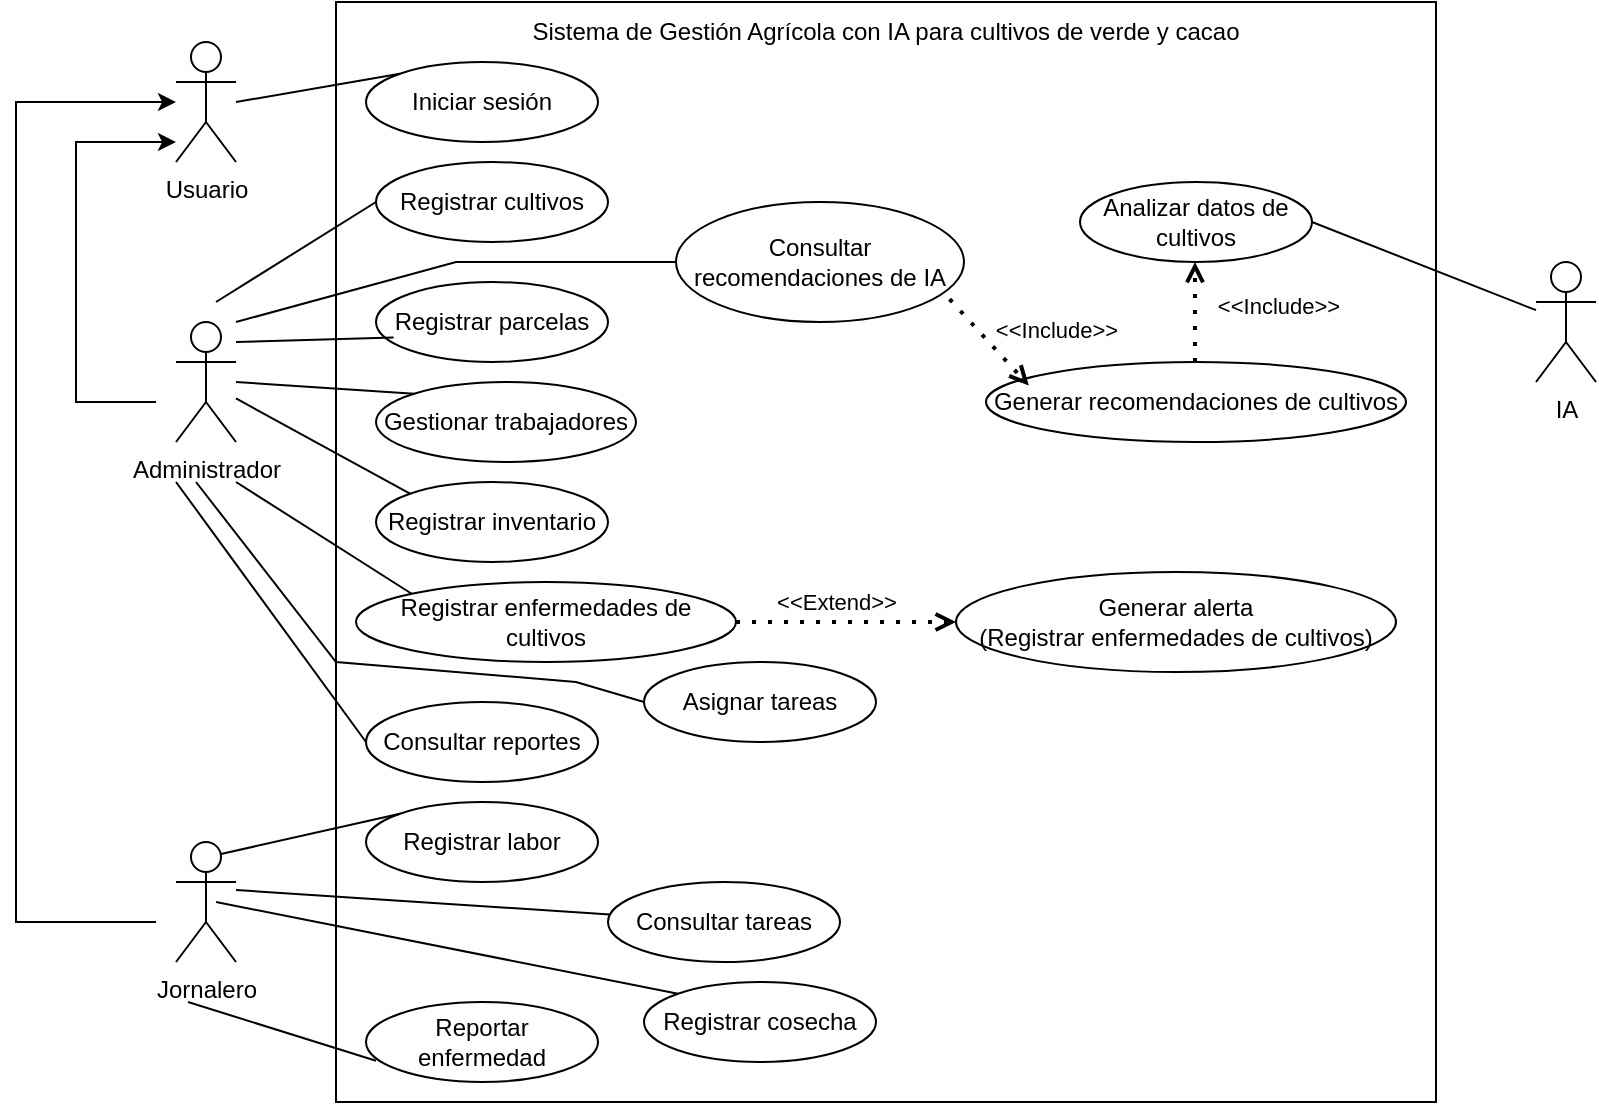
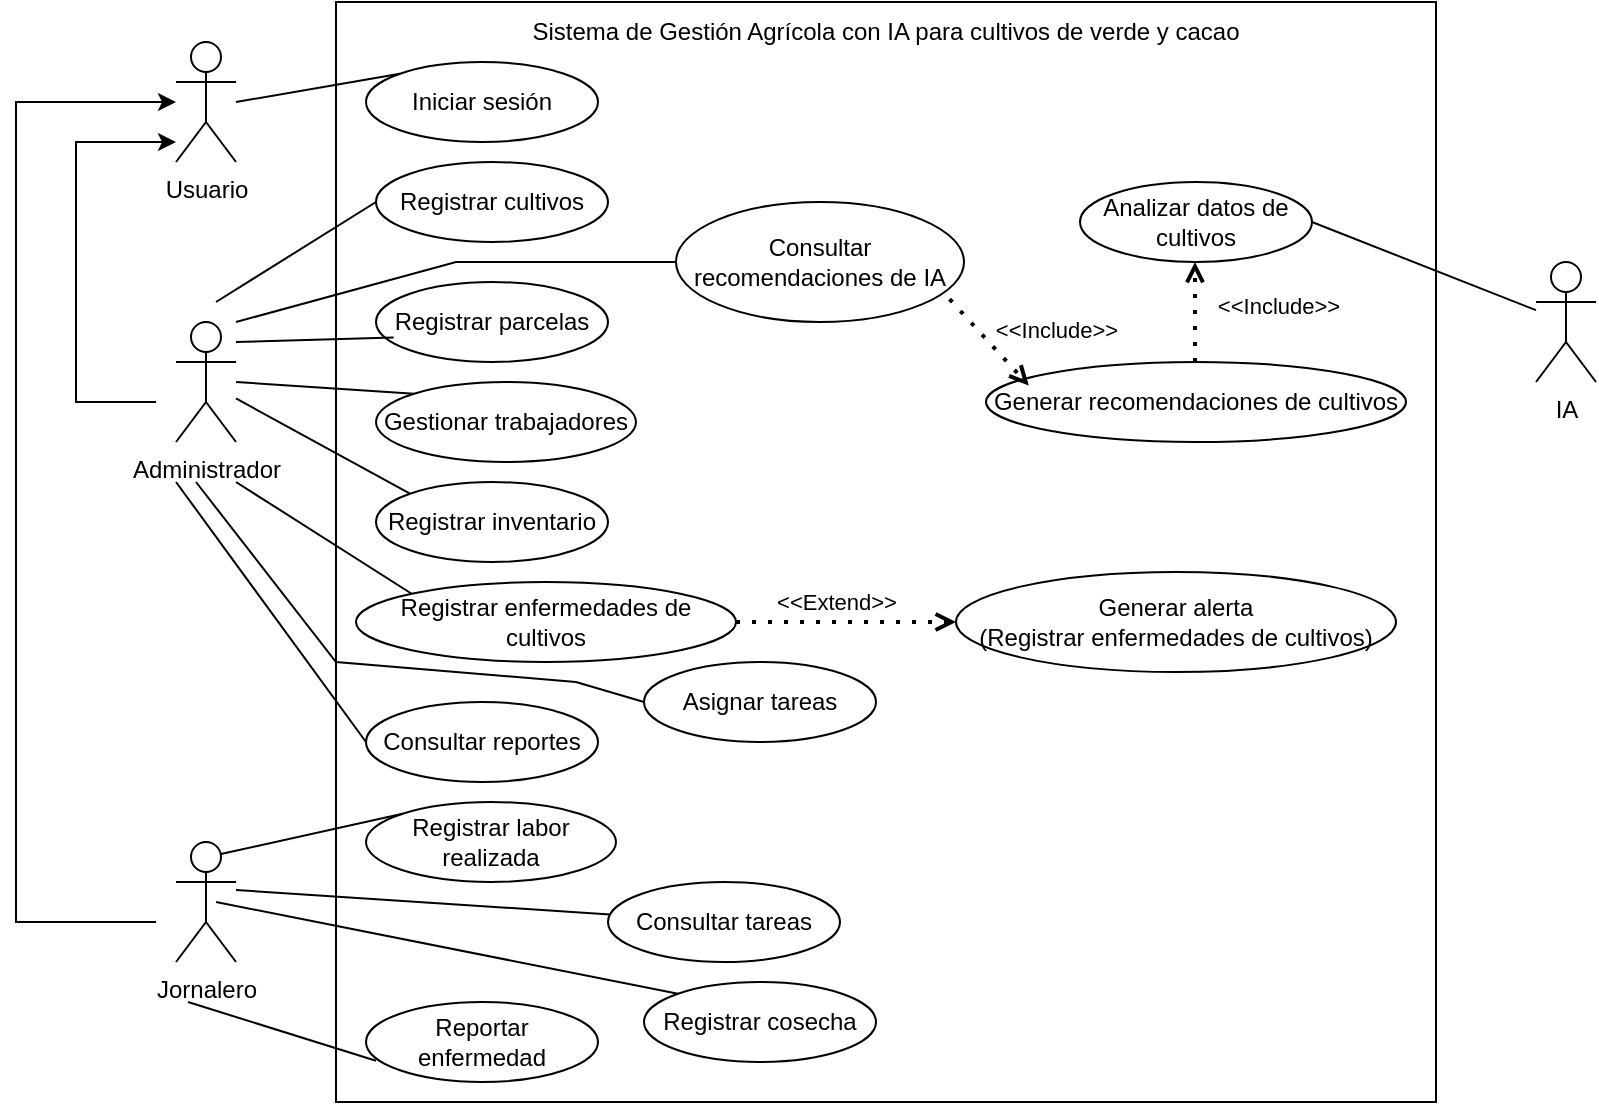
<mxfile host="app.diagrams.net">
  <diagram name="Página-1" id="xQVfmZi_7Sre7Spo6SaR">
    <mxGraphModel dx="1044" dy="611" grid="1" gridSize="10" guides="1" tooltips="1" connect="1" arrows="1" fold="1" page="1" pageScale="1" pageWidth="827" pageHeight="1169" math="0" shadow="0">
      <root>
        <mxCell id="0" />
        <mxCell id="1" parent="0" />
        <mxCell id="JD1dsvU62gR8ug19cACk-2" parent="1" style="whiteSpace=wrap;html=1;aspect=fixed;" value="" vertex="1">
          <mxGeometry height="550" width="550" x="210" y="20" as="geometry" />
        </mxCell>
        <mxCell id="JD1dsvU62gR8ug19cACk-3" parent="1" style="ellipse;whiteSpace=wrap;html=1;" value="Iniciar sesión" vertex="1">
          <mxGeometry height="40" width="116" x="225" y="50" as="geometry" />
        </mxCell>
        <mxCell id="JD1dsvU62gR8ug19cACk-5" parent="1" style="ellipse;whiteSpace=wrap;html=1;" value="Gestionar trabajadores" vertex="1">
          <mxGeometry height="40" width="130" x="230" y="210" as="geometry" />
        </mxCell>
        <mxCell id="JD1dsvU62gR8ug19cACk-6" parent="1" style="ellipse;whiteSpace=wrap;html=1;" value="Registrar inventario" vertex="1">
          <mxGeometry height="40" width="116" x="230" y="260" as="geometry" />
        </mxCell>
        <mxCell id="JD1dsvU62gR8ug19cACk-7" parent="1" style="ellipse;whiteSpace=wrap;html=1;" value="Registrar cultivos" vertex="1">
          <mxGeometry height="40" width="116" x="230" y="100" as="geometry" />
        </mxCell>
        <mxCell id="JD1dsvU62gR8ug19cACk-8" parent="1" style="ellipse;whiteSpace=wrap;html=1;" value="Registrar parcelas" vertex="1">
          <mxGeometry height="40" width="116" x="230" y="160" as="geometry" />
        </mxCell>
        <mxCell id="JD1dsvU62gR8ug19cACk-9" parent="1" style="ellipse;whiteSpace=wrap;html=1;" value="Consultar reportes" vertex="1">
          <mxGeometry height="40" width="116" x="225" y="370" as="geometry" />
        </mxCell>
        <mxCell id="JD1dsvU62gR8ug19cACk-10" parent="1" style="ellipse;whiteSpace=wrap;html=1;" value="Registrar enfermedades de cultivos" vertex="1">
          <mxGeometry height="40" width="190" x="220" y="310" as="geometry" />
        </mxCell>
        <mxCell id="JD1dsvU62gR8ug19cACk-11" parent="1" style="ellipse;whiteSpace=wrap;html=1;" value="Generar alerta&lt;div&gt;(Registrar enfermedades de cultivos)&lt;/div&gt;" vertex="1">
          <mxGeometry height="50" width="220" x="520" y="305" as="geometry" />
        </mxCell>
        <mxCell id="JD1dsvU62gR8ug19cACk-12" parent="1" style="ellipse;whiteSpace=wrap;html=1;" value="Reportar enfermedad" vertex="1">
          <mxGeometry height="40" width="116" x="225" y="520" as="geometry" />
        </mxCell>
        <mxCell id="JD1dsvU62gR8ug19cACk-13" parent="1" style="shape=umlActor;verticalLabelPosition=bottom;verticalAlign=top;html=1;outlineConnect=0;" value="Administrador" vertex="1">
          <mxGeometry height="60" width="30" x="130" y="180" as="geometry" />
        </mxCell>
        <mxCell id="JD1dsvU62gR8ug19cACk-14" parent="1" style="shape=umlActor;verticalLabelPosition=bottom;verticalAlign=top;html=1;outlineConnect=0;" value="Usuario" vertex="1">
          <mxGeometry height="60" width="30" x="130" y="40" as="geometry" />
        </mxCell>
        <mxCell id="JD1dsvU62gR8ug19cACk-15" parent="1" style="shape=umlActor;verticalLabelPosition=bottom;verticalAlign=top;html=1;outlineConnect=0;" value="Jornalero" vertex="1">
          <mxGeometry height="60" width="30" x="130" y="440" as="geometry" />
        </mxCell>
        <mxCell id="JD1dsvU62gR8ug19cACk-16" edge="1" parent="1" style="endArrow=classic;html=1;rounded=0;" target="JD1dsvU62gR8ug19cACk-14" value="">
          <mxGeometry height="50" relative="1" width="50" as="geometry">
            <Array as="points">
              <mxPoint x="50" y="480" />
              <mxPoint x="50" y="340" />
              <mxPoint x="50" y="70" />
            </Array>
            <mxPoint x="120" y="480" as="sourcePoint" />
            <mxPoint x="170" y="290" as="targetPoint" />
          </mxGeometry>
        </mxCell>
        <mxCell id="JD1dsvU62gR8ug19cACk-17" edge="1" parent="1" style="endArrow=classic;html=1;rounded=0;" value="">
          <mxGeometry height="50" relative="1" width="50" as="geometry">
            <Array as="points">
              <mxPoint x="80" y="220" />
              <mxPoint x="80" y="90" />
            </Array>
            <mxPoint x="120" y="220" as="sourcePoint" />
            <mxPoint x="130" y="90" as="targetPoint" />
          </mxGeometry>
        </mxCell>
        <mxCell id="JD1dsvU62gR8ug19cACk-18" edge="1" parent="1" style="endArrow=none;html=1;rounded=0;entryX=0;entryY=0;entryDx=0;entryDy=0;" target="JD1dsvU62gR8ug19cACk-3" value="">
          <mxGeometry height="50" relative="1" width="50" as="geometry">
            <mxPoint x="160" y="70" as="sourcePoint" />
            <mxPoint x="440" y="290" as="targetPoint" />
          </mxGeometry>
        </mxCell>
        <mxCell id="JD1dsvU62gR8ug19cACk-22" edge="1" parent="1" style="endArrow=none;html=1;rounded=0;entryX=0.076;entryY=0.695;entryDx=0;entryDy=0;entryPerimeter=0;" target="JD1dsvU62gR8ug19cACk-8" value="">
          <mxGeometry height="50" relative="1" width="50" as="geometry">
            <mxPoint x="160" y="190" as="sourcePoint" />
            <mxPoint x="440" y="290" as="targetPoint" />
          </mxGeometry>
        </mxCell>
        <mxCell id="JD1dsvU62gR8ug19cACk-24" edge="1" parent="1" style="endArrow=none;html=1;rounded=0;entryX=0;entryY=0.5;entryDx=0;entryDy=0;" target="JD1dsvU62gR8ug19cACk-7" value="">
          <mxGeometry height="50" relative="1" width="50" as="geometry">
            <mxPoint x="150" y="170" as="sourcePoint" />
            <mxPoint x="440" y="290" as="targetPoint" />
          </mxGeometry>
        </mxCell>
        <mxCell id="JD1dsvU62gR8ug19cACk-25" edge="1" parent="1" style="endArrow=none;html=1;rounded=0;entryX=0;entryY=0;entryDx=0;entryDy=0;" target="JD1dsvU62gR8ug19cACk-5" value="">
          <mxGeometry height="50" relative="1" width="50" as="geometry">
            <mxPoint x="160" y="210" as="sourcePoint" />
            <mxPoint x="210" y="180" as="targetPoint" />
          </mxGeometry>
        </mxCell>
        <mxCell id="JD1dsvU62gR8ug19cACk-26" edge="1" parent="1" source="JD1dsvU62gR8ug19cACk-13" style="endArrow=none;html=1;rounded=0;entryX=0;entryY=0;entryDx=0;entryDy=0;" target="JD1dsvU62gR8ug19cACk-6" value="">
          <mxGeometry height="50" relative="1" width="50" as="geometry">
            <mxPoint x="190" y="320" as="sourcePoint" />
            <mxPoint x="240" y="270" as="targetPoint" />
          </mxGeometry>
        </mxCell>
        <mxCell id="JD1dsvU62gR8ug19cACk-27" edge="1" parent="1" style="endArrow=none;html=1;rounded=0;entryX=0;entryY=0;entryDx=0;entryDy=0;" target="JD1dsvU62gR8ug19cACk-10" value="">
          <mxGeometry height="50" relative="1" width="50" as="geometry">
            <mxPoint x="160" y="260" as="sourcePoint" />
            <mxPoint x="440" y="290" as="targetPoint" />
          </mxGeometry>
        </mxCell>
        <mxCell id="JD1dsvU62gR8ug19cACk-28" edge="1" parent="1" style="endArrow=none;html=1;rounded=0;entryX=0;entryY=0.5;entryDx=0;entryDy=0;" target="JD1dsvU62gR8ug19cACk-9" value="">
          <mxGeometry height="50" relative="1" width="50" as="geometry">
            <mxPoint x="130" y="260" as="sourcePoint" />
            <mxPoint x="440" y="290" as="targetPoint" />
          </mxGeometry>
        </mxCell>
        <mxCell id="JD1dsvU62gR8ug19cACk-30" parent="1" style="ellipse;whiteSpace=wrap;html=1;" value="Registrar cosecha" vertex="1">
          <mxGeometry height="40" width="116" x="364" y="510" as="geometry" />
        </mxCell>
        <mxCell id="JD1dsvU62gR8ug19cACk-31" parent="1" style="ellipse;whiteSpace=wrap;html=1;" value="Analizar datos de cultivos" vertex="1">
          <mxGeometry height="40" width="116" x="582" y="110" as="geometry" />
        </mxCell>
        <mxCell id="JD1dsvU62gR8ug19cACk-32" parent="1" style="ellipse;whiteSpace=wrap;html=1;" value="Consultar tareas" vertex="1">
          <mxGeometry height="40" width="116" x="346" y="460" as="geometry" />
        </mxCell>
        <mxCell id="JD1dsvU62gR8ug19cACk-33" parent="1" style="ellipse;whiteSpace=wrap;html=1;" value="Consultar recomendaciones de IA" vertex="1">
          <mxGeometry height="60" width="144" x="380" y="120" as="geometry" />
        </mxCell>
        <mxCell id="JD1dsvU62gR8ug19cACk-34" parent="1" style="ellipse;whiteSpace=wrap;html=1;" value="Generar recomendaciones de cultivos" vertex="1">
          <mxGeometry height="40" width="210" x="535" y="200" as="geometry" />
        </mxCell>
        <mxCell id="JD1dsvU62gR8ug19cACk-35" parent="1" style="ellipse;whiteSpace=wrap;html=1;" value="Asignar tareas" vertex="1">
          <mxGeometry height="40" width="116" x="364" y="350" as="geometry" />
        </mxCell>
        <mxCell id="JD1dsvU62gR8ug19cACk-36" edge="1" parent="1" style="endArrow=none;html=1;rounded=0;entryX=0;entryY=0.5;entryDx=0;entryDy=0;" target="JD1dsvU62gR8ug19cACk-35" value="">
          <mxGeometry height="50" relative="1" width="50" as="geometry">
            <Array as="points">
              <mxPoint x="210" y="350" />
              <mxPoint x="330" y="360" />
            </Array>
            <mxPoint x="140" y="260" as="sourcePoint" />
            <mxPoint x="440" y="290" as="targetPoint" />
          </mxGeometry>
        </mxCell>
        <mxCell id="JD1dsvU62gR8ug19cACk-37" parent="1" style="shape=umlActor;verticalLabelPosition=bottom;verticalAlign=top;html=1;outlineConnect=0;" value="IA" vertex="1">
          <mxGeometry height="60" width="30" x="810" y="150" as="geometry" />
        </mxCell>
        <mxCell id="JD1dsvU62gR8ug19cACk-38" parent="1" style="text;html=1;whiteSpace=wrap;strokeColor=none;fillColor=none;align=center;verticalAlign=middle;rounded=0;" value="Sistema de Gestión Agrícola con IA para cultivos de verde y cacao" vertex="1">
          <mxGeometry height="30" width="520" x="225" y="20" as="geometry" />
        </mxCell>
-         <mxCell id="JD1dsvU62gR8ug19cACk-39" parent="1" style="ellipse;whiteSpace=wrap;html=1;" value="Registrar labor" vertex="1">
-           <mxGeometry height="40" width="116" x="225" y="420" as="geometry" />
+         <mxCell id="JD1dsvU62gR8ug19cACk-39" parent="1" style="ellipse;whiteSpace=wrap;html=1;" value="Registrar labor realizada" vertex="1">
+           <mxGeometry height="40" width="125" x="225" y="420" as="geometry" />
        </mxCell>
        <mxCell id="JD1dsvU62gR8ug19cACk-40" edge="1" parent="1" source="JD1dsvU62gR8ug19cACk-15" style="endArrow=none;html=1;rounded=0;exitX=0.75;exitY=0.1;exitDx=0;exitDy=0;exitPerimeter=0;entryX=0;entryY=0;entryDx=0;entryDy=0;" target="JD1dsvU62gR8ug19cACk-39" value="">
          <mxGeometry height="50" relative="1" width="50" as="geometry">
            <mxPoint x="390" y="360" as="sourcePoint" />
            <mxPoint x="440" y="310" as="targetPoint" />
          </mxGeometry>
        </mxCell>
        <mxCell id="JD1dsvU62gR8ug19cACk-41" edge="1" parent="1" style="endArrow=none;html=1;rounded=0;exitX=0.75;exitY=0.1;exitDx=0;exitDy=0;exitPerimeter=0;entryX=0.043;entryY=0.735;entryDx=0;entryDy=0;entryPerimeter=0;" target="JD1dsvU62gR8ug19cACk-12" value="">
          <mxGeometry height="50" relative="1" width="50" as="geometry">
            <mxPoint x="136" y="520" as="sourcePoint" />
            <mxPoint x="225" y="540" as="targetPoint" />
          </mxGeometry>
        </mxCell>
        <mxCell id="JD1dsvU62gR8ug19cACk-42" edge="1" parent="1" style="endArrow=none;html=1;rounded=0;exitX=0.75;exitY=0.1;exitDx=0;exitDy=0;exitPerimeter=0;entryX=0;entryY=0;entryDx=0;entryDy=0;" target="JD1dsvU62gR8ug19cACk-30" value="">
          <mxGeometry height="50" relative="1" width="50" as="geometry">
            <mxPoint x="150" y="470" as="sourcePoint" />
            <mxPoint x="239" y="490" as="targetPoint" />
          </mxGeometry>
        </mxCell>
        <mxCell id="JD1dsvU62gR8ug19cACk-43" edge="1" parent="1" style="endArrow=none;html=1;rounded=0;exitX=0.75;exitY=0.1;exitDx=0;exitDy=0;exitPerimeter=0;" target="JD1dsvU62gR8ug19cACk-32" value="">
          <mxGeometry height="50" relative="1" width="50" as="geometry">
            <mxPoint x="160" y="464" as="sourcePoint" />
            <mxPoint x="391" y="510" as="targetPoint" />
          </mxGeometry>
        </mxCell>
        <mxCell id="JD1dsvU62gR8ug19cACk-46" edge="1" parent="1" source="JD1dsvU62gR8ug19cACk-10" style="endArrow=open;dashed=1;html=1;dashPattern=1 3;strokeWidth=2;rounded=0;endFill=0;entryX=0;entryY=0.5;entryDx=0;entryDy=0;exitX=1;exitY=0.5;exitDx=0;exitDy=0;" target="JD1dsvU62gR8ug19cACk-11" value="">
          <mxGeometry height="50" relative="1" width="50" as="geometry">
            <mxPoint x="390" y="270" as="sourcePoint" />
            <mxPoint x="440" y="220" as="targetPoint" />
          </mxGeometry>
        </mxCell>
        <mxCell id="JD1dsvU62gR8ug19cACk-47" connectable="0" parent="JD1dsvU62gR8ug19cACk-46" style="edgeLabel;html=1;align=center;verticalAlign=middle;resizable=0;points=[];" value="&amp;lt;&amp;lt;Extend&amp;gt;&amp;gt;" vertex="1">
          <mxGeometry relative="1" x="-0.2723" as="geometry">
            <mxPoint x="10" y="-10" as="offset" />
          </mxGeometry>
        </mxCell>
        <mxCell id="JD1dsvU62gR8ug19cACk-49" edge="1" parent="1" source="JD1dsvU62gR8ug19cACk-37" style="endArrow=none;html=1;rounded=0;entryX=1;entryY=0.5;entryDx=0;entryDy=0;" target="JD1dsvU62gR8ug19cACk-31" value="">
          <mxGeometry height="50" relative="1" width="50" as="geometry">
            <mxPoint x="830" y="190" as="sourcePoint" />
            <mxPoint x="820" y="130" as="targetPoint" />
          </mxGeometry>
        </mxCell>
        <mxCell id="JD1dsvU62gR8ug19cACk-51" edge="1" parent="1" style="endArrow=open;dashed=1;html=1;dashPattern=1 3;strokeWidth=2;rounded=0;endFill=0;exitX=0.5;exitY=0;exitDx=0;exitDy=0;entryX=0.5;entryY=1;entryDx=0;entryDy=0;" value="">
          <mxGeometry height="50" relative="1" width="50" as="geometry">
            <mxPoint x="639.5" y="200" as="sourcePoint" />
            <mxPoint x="639.5" y="150" as="targetPoint" />
          </mxGeometry>
        </mxCell>
        <mxCell id="JD1dsvU62gR8ug19cACk-52" connectable="0" parent="JD1dsvU62gR8ug19cACk-51" style="edgeLabel;html=1;align=center;verticalAlign=middle;resizable=0;points=[];" value="&amp;lt;&amp;lt;Include&amp;gt;&amp;gt;" vertex="1">
          <mxGeometry relative="1" x="-0.2723" as="geometry">
            <mxPoint x="41" y="-10" as="offset" />
          </mxGeometry>
        </mxCell>
        <mxCell id="JD1dsvU62gR8ug19cACk-53" edge="1" parent="1" source="JD1dsvU62gR8ug19cACk-33" style="endArrow=open;dashed=1;html=1;dashPattern=1 3;strokeWidth=2;rounded=0;endFill=0;exitX=0.95;exitY=0.81;exitDx=0;exitDy=0;entryX=0.102;entryY=0.295;entryDx=0;entryDy=0;exitPerimeter=0;entryPerimeter=0;" target="JD1dsvU62gR8ug19cACk-34" value="">
          <mxGeometry height="50" relative="1" width="50" as="geometry">
            <mxPoint x="540" y="200" as="sourcePoint" />
            <mxPoint x="540" y="150" as="targetPoint" />
          </mxGeometry>
        </mxCell>
        <mxCell id="JD1dsvU62gR8ug19cACk-54" connectable="0" parent="JD1dsvU62gR8ug19cACk-53" style="edgeLabel;html=1;align=center;verticalAlign=middle;resizable=0;points=[];" value="&amp;lt;&amp;lt;Include&amp;gt;&amp;gt;" vertex="1">
          <mxGeometry relative="1" x="-0.2723" as="geometry">
            <mxPoint x="38" y="-1" as="offset" />
          </mxGeometry>
        </mxCell>
        <mxCell id="JD1dsvU62gR8ug19cACk-55" edge="1" parent="1" style="endArrow=none;html=1;rounded=0;entryX=0;entryY=0.5;entryDx=0;entryDy=0;" target="JD1dsvU62gR8ug19cACk-33" value="">
          <mxGeometry height="50" relative="1" width="50" as="geometry">
            <Array as="points">
              <mxPoint x="270" y="150" />
            </Array>
            <mxPoint x="160" y="180" as="sourcePoint" />
            <mxPoint x="396" y="170" as="targetPoint" />
          </mxGeometry>
        </mxCell>
      </root>
    </mxGraphModel>
  </diagram>
</mxfile>
